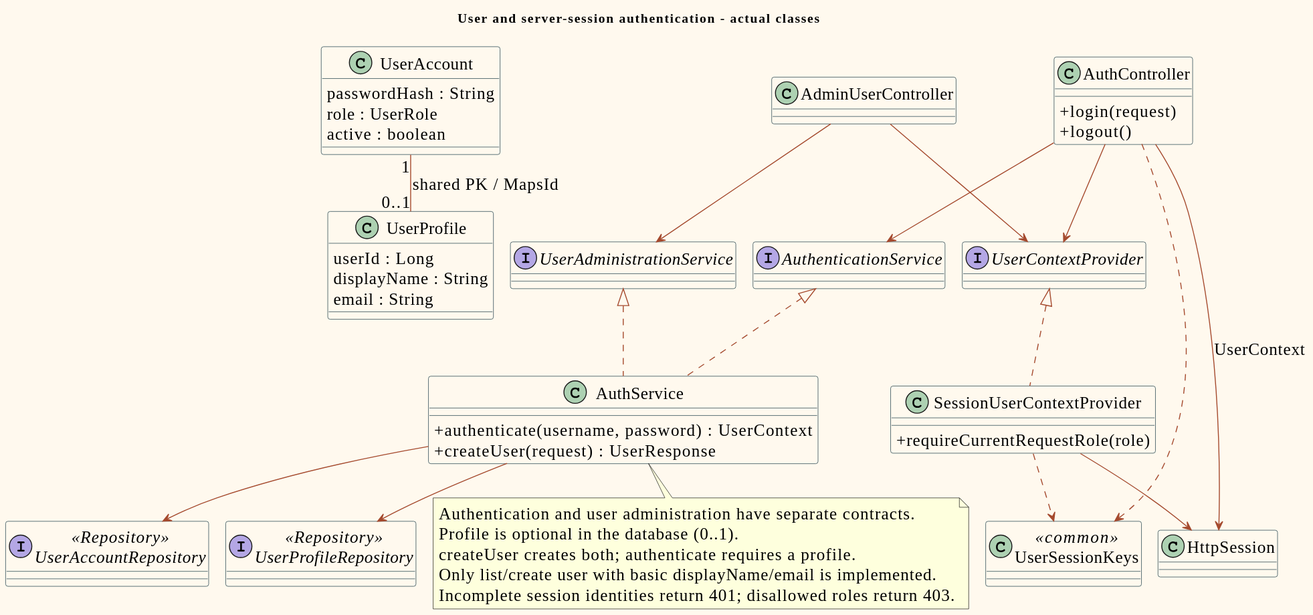
This is doc/diagrams/previews/class-auth.svg from PavaritPramual/buffet-restaurant-management-system, a PlantUML export, as it was before one commit.
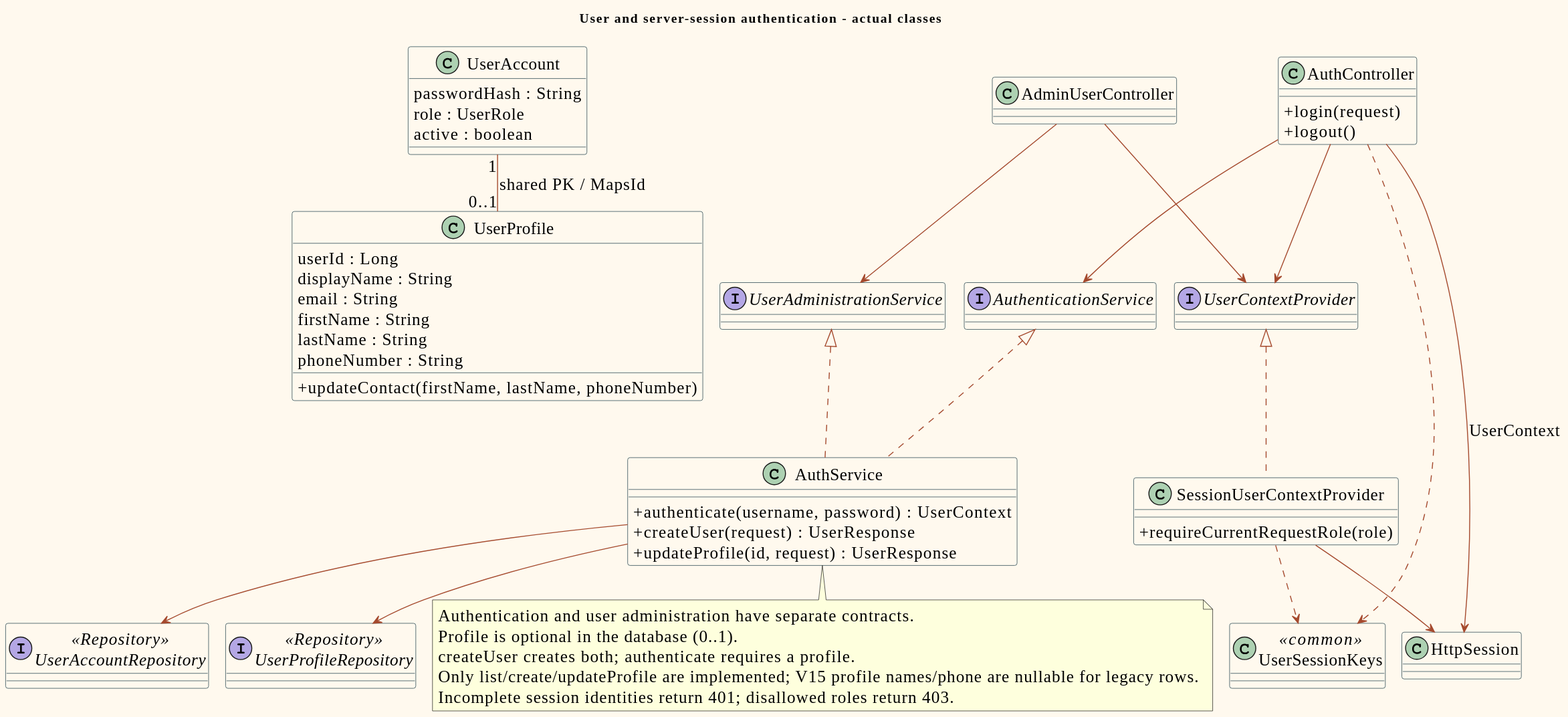
Later version of the same file.

The edit, as a diff of the source:
```diff
@@ -21,10 +21,15 @@
 userId : Long
 displayName : String
 email : String
+firstName : String
+lastName : String
+phoneNumber : String
++updateContact(firstName, lastName, phoneNumber)
 }
 class AuthService {
 +authenticate(username, password) : UserContext
 +createUser(request) : UserResponse
++updateProfile(id, request) : UserResponse
 }
 interface UserAccountRepository <<Repository>>
 interface UserProfileRepository <<Repository>>
@@ -59,7 +64,7 @@
 Authentication and user administration have separate contracts.
 Profile is optional in the database (0..1).
 createUser creates both; authenticate requires a profile.
-Only list/create user with basic displayName/email is implemented.
+Only list/create/updateProfile are implemented; V15 profile names/phone are nullable for legacy rows.
 Incomplete session identities return 401; disallowed roles return 403.
 end note
 @enduml
```
